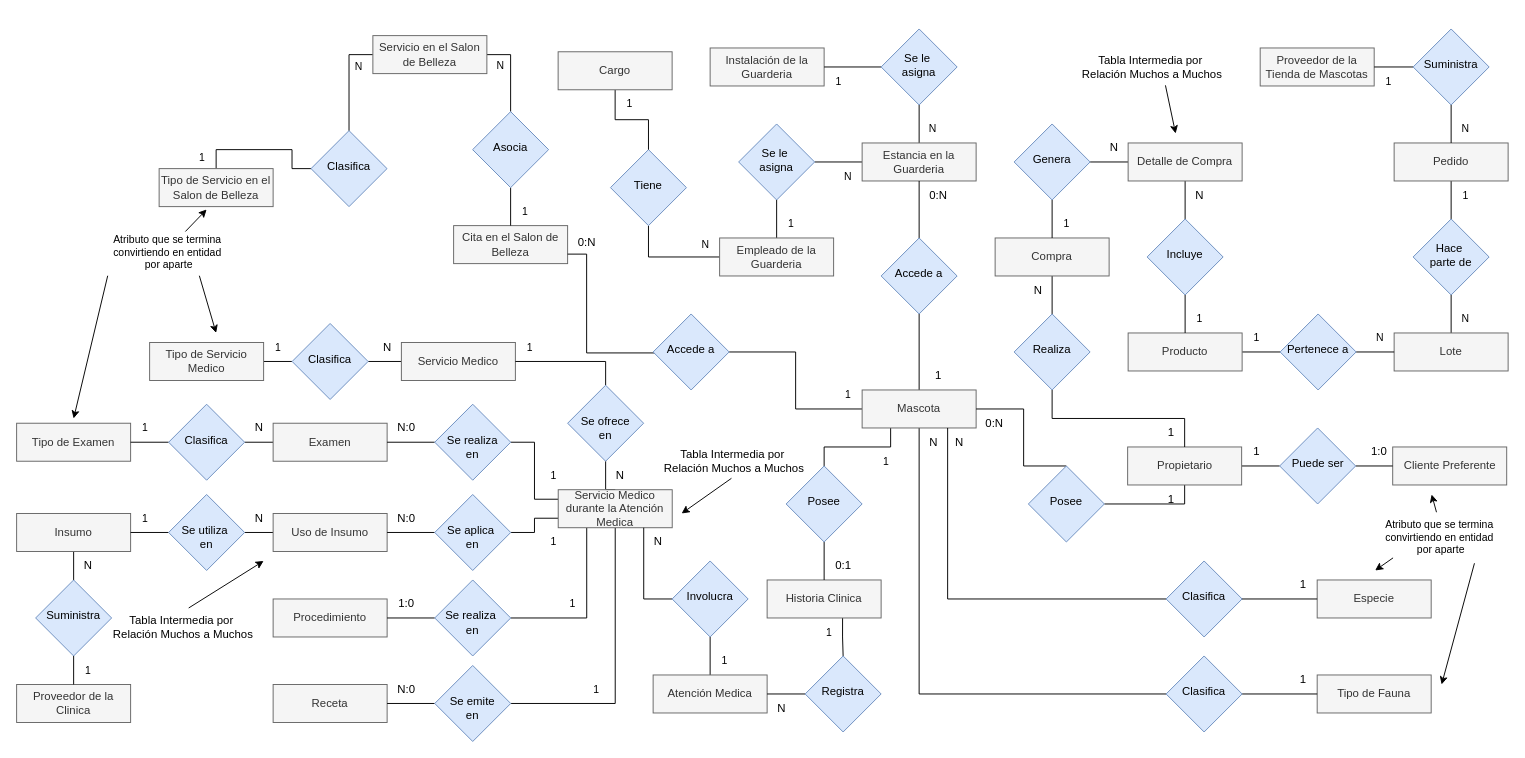
Above: Diagrama Proyecto Final Bases de datos.drawio in JhonatanTH7/ProyectoFinal-BasesDeDatos-ITM (draw.io), before the change. Source tidied: cells renumbered, new cells numbered last; positions are measured from the earlier drawing's top-left corner, leaving out a move shared by most shapes. Both pictures are drawn from the tidied source at 95%, with x=0, y=0 at pixel (16, 28).
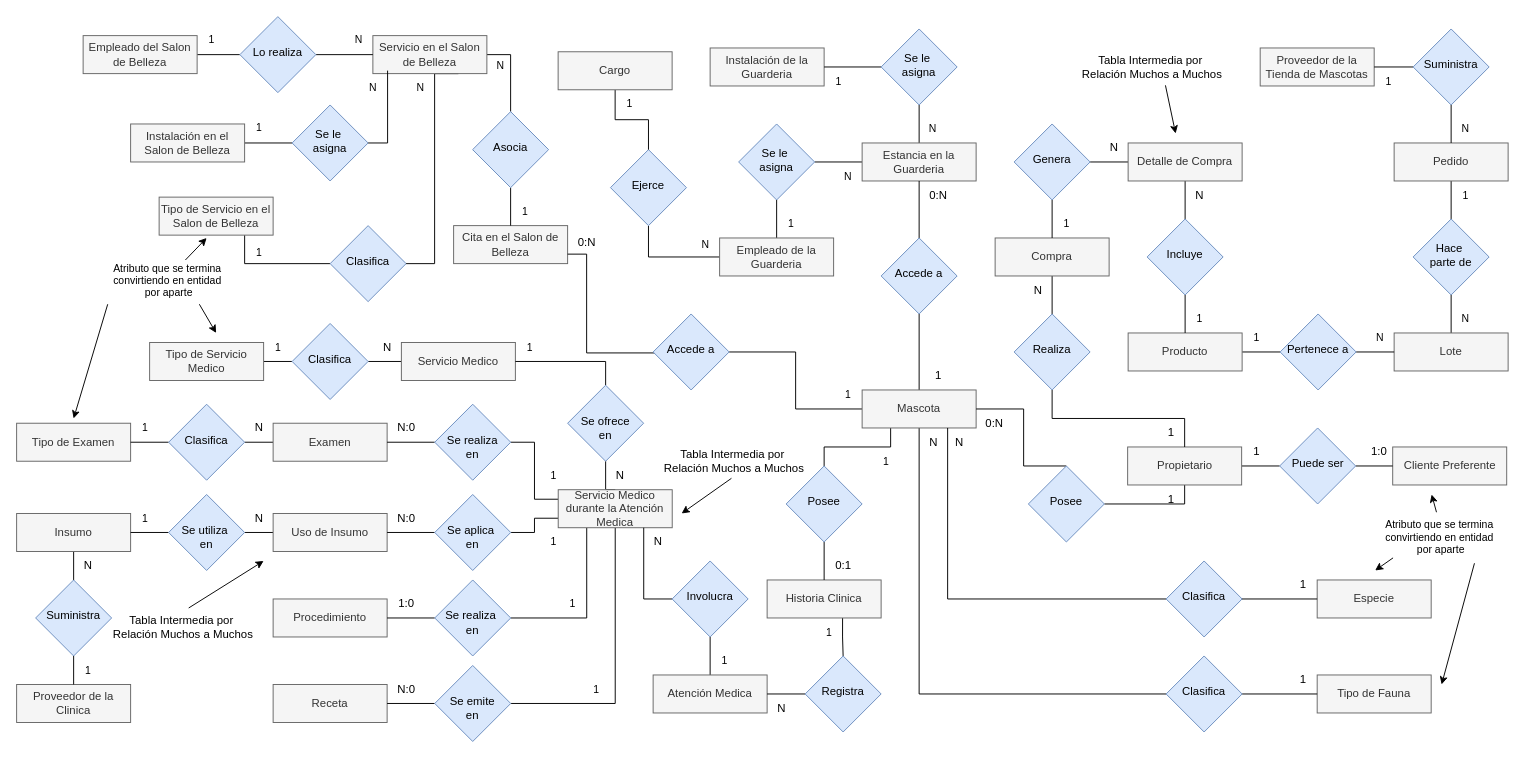
The same page after the edit.

Unchanged cells that the change refers to:
```xml
<mxCell id="79" value="Servicio en el Salon de Belleza" style="rounded=0;whiteSpace=wrap;html=1;fillColor=#f5f5f5;fontColor=#333333;strokeColor=#666666;" parent="1" vertex="1">
  <mxGeometry x="375" y="7" width="120" height="40" as="geometry" />
</mxCell>
```

Diff of the diagram source:
```diff
@@
-    <mxCell id="70" style="edgeStyle=orthogonalEdgeStyle;shape=connector;rounded=0;jettySize=auto;html=1;exitX=0;exitY=0.5;exitDx=0;exitDy=0;entryX=0.5;entryY=0;entryDx=0;entryDy=0;strokeColor=default;align=center;verticalAlign=middle;fontFamily=Helvetica;fontSize=11;fontColor=default;labelBackgroundColor=default;endArrow=none;endFill=0;" parent="1" edge="1" source="71" target="73">
+    <mxCell id="70" style="edgeStyle=orthogonalEdgeStyle;rounded=0;jettySize=auto;html=1;exitX=0;exitY=0.5;exitDx=0;exitDy=0;entryX=0.75;entryY=1;entryDx=0;entryDy=0;endArrow=none;endFill=0;" parent="1" edge="1" source="71" target="73">
       <mxGeometry relative="1" as="geometry" />
     </mxCell>
     <mxCell id="71" value="Clasifica" style="rhombus;whiteSpace=wrap;html=1;shadow=0;fontFamily=Helvetica;fontSize=12;align=center;strokeWidth=1;spacing=6;spacingTop=-4;fillColor=#dae8fc;strokeColor=#6c8ebf;rounded=0;" parent="1" vertex="1">
-      <mxGeometry x="309.9" y="107" width="80" height="80" as="geometry" />
+      <mxGeometry x="330" y="207" width="80" height="80" as="geometry" />
     </mxCell>
@@
     <mxCell id="73" value="Tipo de Servicio en el Salon de Belleza" style="rounded=0;whiteSpace=wrap;html=1;fillColor=#f5f5f5;fontColor=#333333;strokeColor=#666666;" parent="1" vertex="1">
-      <mxGeometry x="150" y="147" width="120" height="40" as="geometry" />
+      <mxGeometry x="150" y="177" width="120" height="40" as="geometry" />
     </mxCell>
@@
-    <mxCell id="78" style="edgeStyle=orthogonalEdgeStyle;shape=connector;rounded=0;jettySize=auto;html=1;exitX=0;exitY=0.5;exitDx=0;exitDy=0;entryX=0.5;entryY=0;entryDx=0;entryDy=0;strokeColor=default;align=center;verticalAlign=middle;fontFamily=Helvetica;fontSize=11;fontColor=default;labelBackgroundColor=default;endArrow=none;endFill=0;" parent="1" edge="1" source="79" target="71">
-      <mxGeometry relative="1" as="geometry" />
+    <mxCell id="78" style="edgeStyle=orthogonalEdgeStyle;shape=connector;rounded=0;jettySize=auto;html=1;exitX=0.75;exitY=1;exitDx=0;exitDy=0;entryX=1;entryY=0.5;entryDx=0;entryDy=0;strokeColor=default;align=center;verticalAlign=middle;fontFamily=Helvetica;fontSize=11;fontColor=default;labelBackgroundColor=default;endArrow=none;endFill=0;" parent="1" edge="1" source="79" target="71">
+      <mxGeometry relative="1" as="geometry">
+        <Array as="points">
+          <mxPoint x="440" y="47" />
+          <mxPoint x="440" y="247" />
+        </Array>
+      </mxGeometry>
     </mxCell>
@@
     <mxCell id="101" value="Atributo que se termina&amp;nbsp;&lt;div&gt;convirtiendo en entidad&amp;nbsp;&lt;/div&gt;&lt;div&gt;por aparte&lt;/div&gt;" style="text;html=1;align=center;verticalAlign=middle;points=[];strokeColor=none;fillColor=none;fontFamily=Helvetica;fontSize=11;fontColor=default;labelBackgroundColor=default;" parent="1" vertex="1">
-      <mxGeometry x="90" y="210" width="140" height="50" as="geometry" />
+      <mxGeometry x="90" y="240" width="140" height="50" as="geometry" />
     </mxCell>
     <mxCell id="102" style="endArrow=classic;html=1;rounded=0;strokeColor=default;align=center;verticalAlign=middle;fontFamily=Helvetica;fontSize=11;fontColor=default;labelBackgroundColor=default;exitX=0.626;exitY=0.064;exitDx=0;exitDy=0;exitPerimeter=0;" parent="1" edge="1" source="101">
       <mxGeometry relative="1" as="geometry">
-        <mxPoint x="200" y="190" as="targetPoint" />
+        <mxPoint x="200" y="220" as="targetPoint" />
       </mxGeometry>
     </mxCell>
     <mxCell id="103" value="1" style="text;html=1;align=center;verticalAlign=middle;strokeColor=none;fillColor=none;fontFamily=Helvetica;fontSize=11;fontColor=default;labelBackgroundColor=default;" parent="1" vertex="1">
-      <mxGeometry x="180" y="120" width="30" height="30" as="geometry" />
+      <mxGeometry x="240" y="220" width="30" height="30" as="geometry" />
     </mxCell>
     <mxCell id="104" value="N" style="text;html=1;align=center;verticalAlign=middle;strokeColor=none;fillColor=none;fontFamily=Helvetica;fontSize=11;fontColor=default;labelBackgroundColor=default;" parent="1" vertex="1">
-      <mxGeometry x="345" y="25" width="30" height="30" as="geometry" />
+      <mxGeometry x="410.1" y="47" width="30" height="30" as="geometry" />
     </mxCell>
@@
-    <mxCell id="186" value="Tiene" style="rhombus;whiteSpace=wrap;html=1;shadow=0;fontFamily=Helvetica;fontSize=12;align=center;strokeWidth=1;spacing=6;spacingTop=-4;fillColor=#dae8fc;strokeColor=#6c8ebf;rounded=0;" parent="1" vertex="1">
+    <mxCell id="186" value="Ejerce" style="rhombus;whiteSpace=wrap;html=1;shadow=0;fontFamily=Helvetica;fontSize=12;align=center;strokeWidth=1;spacing=6;spacingTop=-4;fillColor=#dae8fc;strokeColor=#6c8ebf;rounded=0;" parent="1" vertex="1">
       <mxGeometry x="625.1" y="127" width="80" height="80" as="geometry" />
     </mxCell>
@@
+    <mxCell id="191" style="edgeStyle=orthogonalEdgeStyle;shape=connector;rounded=0;jettySize=auto;html=1;exitX=1;exitY=0.5;exitDx=0;exitDy=0;entryX=0;entryY=0.5;entryDx=0;entryDy=0;strokeColor=default;align=center;verticalAlign=middle;fontFamily=Helvetica;fontSize=11;fontColor=default;labelBackgroundColor=default;endArrow=none;endFill=0;" parent="1" edge="1" source="193" target="79">
+      <mxGeometry relative="1" as="geometry" />
+    </mxCell>
+    <mxCell id="192" style="edgeStyle=orthogonalEdgeStyle;shape=connector;rounded=0;jettySize=auto;html=1;exitX=0;exitY=0.5;exitDx=0;exitDy=0;strokeColor=default;align=center;verticalAlign=middle;fontFamily=Helvetica;fontSize=11;fontColor=default;labelBackgroundColor=default;endArrow=none;endFill=0;" parent="1" edge="1" source="193" target="196">
+      <mxGeometry relative="1" as="geometry" />
+    </mxCell>
+    <mxCell id="193" value="Lo realiza" style="rhombus;whiteSpace=wrap;html=1;shadow=0;fontFamily=Helvetica;fontSize=12;align=center;strokeWidth=1;spacing=6;spacingTop=-4;fillColor=#dae8fc;strokeColor=#6c8ebf;rounded=0;" parent="1" vertex="1">
+      <mxGeometry x="235" y="-13" width="80" height="80" as="geometry" />
+    </mxCell>
+    <mxCell id="194" style="edgeStyle=orthogonalEdgeStyle;shape=connector;rounded=0;jettySize=auto;html=1;exitX=0;exitY=0.5;exitDx=0;exitDy=0;strokeColor=default;align=center;verticalAlign=middle;fontFamily=Helvetica;fontSize=11;fontColor=default;labelBackgroundColor=default;endArrow=none;endFill=0;" parent="1" edge="1" source="195" target="197">
+      <mxGeometry relative="1" as="geometry" />
+    </mxCell>
+    <mxCell id="195" value="Se le&amp;nbsp;&lt;div&gt;asigna&lt;/div&gt;" style="rhombus;whiteSpace=wrap;html=1;shadow=0;fontFamily=Helvetica;fontSize=12;align=center;strokeWidth=1;spacing=6;spacingTop=-4;fillColor=#dae8fc;strokeColor=#6c8ebf;rounded=0;" parent="1" vertex="1">
+      <mxGeometry x="290" y="80" width="80" height="80" as="geometry" />
+    </mxCell>
+    <mxCell id="196" value="Empleado del Salon de Belleza" style="rounded=0;whiteSpace=wrap;html=1;fillColor=#f5f5f5;fontColor=#333333;strokeColor=#666666;" parent="1" vertex="1">
+      <mxGeometry x="70" y="7" width="120" height="40" as="geometry" />
+    </mxCell>
+    <mxCell id="197" value="Instalación en el Salon de Belleza" style="rounded=0;whiteSpace=wrap;html=1;fillColor=#f5f5f5;fontColor=#333333;strokeColor=#666666;" parent="1" vertex="1">
+      <mxGeometry x="120" y="100" width="120" height="40" as="geometry" />
+    </mxCell>
+    <mxCell id="198" style="edgeStyle=orthogonalEdgeStyle;shape=connector;rounded=0;jettySize=auto;html=1;exitX=1;exitY=0.5;exitDx=0;exitDy=0;entryX=0.129;entryY=0.921;entryDx=0;entryDy=0;entryPerimeter=0;strokeColor=default;align=center;verticalAlign=middle;fontFamily=Helvetica;fontSize=11;fontColor=default;labelBackgroundColor=default;endArrow=none;endFill=0;" parent="1" edge="1" source="195" target="79">
+      <mxGeometry relative="1" as="geometry" />
+    </mxCell>
+    <mxCell id="199" value="N" style="text;html=1;align=center;verticalAlign=middle;strokeColor=none;fillColor=none;fontFamily=Helvetica;fontSize=11;fontColor=default;labelBackgroundColor=default;" parent="1" vertex="1">
+      <mxGeometry x="360" y="47" width="30" height="30" as="geometry" />
+    </mxCell>
+    <mxCell id="200" value="N" style="text;html=1;align=center;verticalAlign=middle;strokeColor=none;fillColor=none;fontFamily=Helvetica;fontSize=11;fontColor=default;labelBackgroundColor=default;" parent="1" vertex="1">
+      <mxGeometry x="345" y="-4" width="30" height="30" as="geometry" />
+    </mxCell>
+    <mxCell id="201" value="1" style="text;html=1;align=center;verticalAlign=middle;strokeColor=none;fillColor=none;fontFamily=Helvetica;fontSize=11;fontColor=default;labelBackgroundColor=default;" parent="1" vertex="1">
+      <mxGeometry x="240" y="89" width="30" height="30" as="geometry" />
+    </mxCell>
+    <mxCell id="202" value="1" style="text;html=1;align=center;verticalAlign=middle;strokeColor=none;fillColor=none;fontFamily=Helvetica;fontSize=11;fontColor=default;labelBackgroundColor=default;" parent="1" vertex="1">
+      <mxGeometry x="190" y="-4" width="30" height="30" as="geometry" />
+    </mxCell>
```
